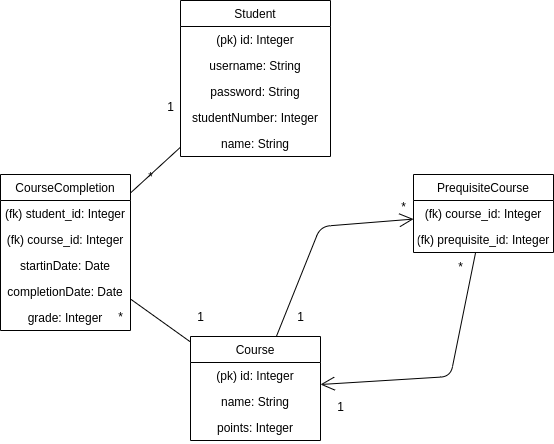
akirataguchi115/csgo keeps this draw.io diagram as documentation/csgo_tietokantakaavio.png. Above is the earlier version. Source tidied: cells renumbered, new cells last; positions are measured from the earlier drawing's top-left corner, leaving out a move shared by most shapes.
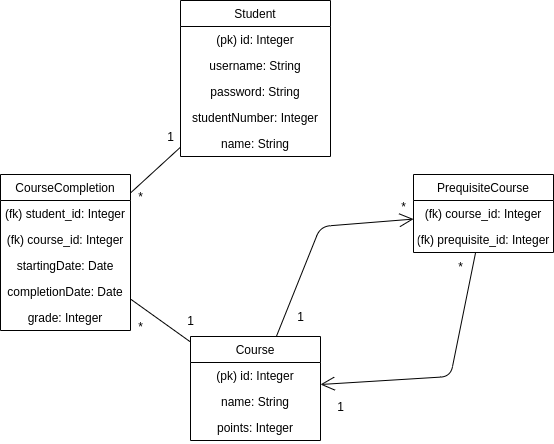
After the commit.

The edit, as a diff of the source:
```diff
@@ -32,7 +32,7 @@
     <mxCell id="11" value="(fk) course_id: Integer" style="text;strokeColor=none;fillColor=none;align=center;verticalAlign=top;spacingLeft=4;spacingRight=4;overflow=hidden;" parent="9" vertex="1">
       <mxGeometry y="52" width="130" height="26" as="geometry" />
     </mxCell>
-    <mxCell id="12" value="startinDate: Date" style="text;strokeColor=none;fillColor=none;align=center;verticalAlign=top;spacingLeft=4;spacingRight=4;overflow=hidden;" parent="9" vertex="1">
+    <mxCell id="12" value="startingDate: Date" style="text;strokeColor=none;fillColor=none;align=center;verticalAlign=top;spacingLeft=4;spacingRight=4;overflow=hidden;" parent="9" vertex="1">
       <mxGeometry y="78" width="130" height="26" as="geometry" />
     </mxCell>
     <mxCell id="13" value="completionDate: Date" style="text;strokeColor=none;fillColor=none;align=center;verticalAlign=top;spacingLeft=4;spacingRight=4;overflow=hidden;" parent="9" vertex="1">
@@ -66,16 +66,16 @@
       <mxGeometry relative="1" as="geometry" />
     </mxCell>
     <mxCell id="23" value="*" style="text;html=1;align=center;verticalAlign=middle;" parent="1" vertex="1">
-      <mxGeometry x="140" y="166" width="20" height="20" as="geometry" />
+      <mxGeometry x="130" y="186" width="20" height="20" as="geometry" />
     </mxCell>
     <mxCell id="24" value="1" style="text;html=1;align=center;verticalAlign=middle;" parent="1" vertex="1">
-      <mxGeometry x="160" y="96" width="20" height="20" as="geometry" />
+      <mxGeometry x="160" y="126" width="20" height="20" as="geometry" />
     </mxCell>
     <mxCell id="25" value="*" style="text;html=1;align=center;verticalAlign=middle;" parent="1" vertex="1">
-      <mxGeometry x="110" y="306" width="20" height="20" as="geometry" />
+      <mxGeometry x="130" y="316" width="20" height="20" as="geometry" />
     </mxCell>
     <mxCell id="26" value="1" style="text;html=1;align=center;verticalAlign=middle;" parent="1" vertex="1">
-      <mxGeometry x="190" y="306" width="20" height="20" as="geometry" />
+      <mxGeometry x="180" y="310" width="20" height="20" as="geometry" />
     </mxCell>
     <mxCell id="27" value="1" style="text;html=1;align=center;verticalAlign=middle;" parent="1" vertex="1">
       <mxGeometry x="330" y="396" width="20" height="20" as="geometry" />
```
